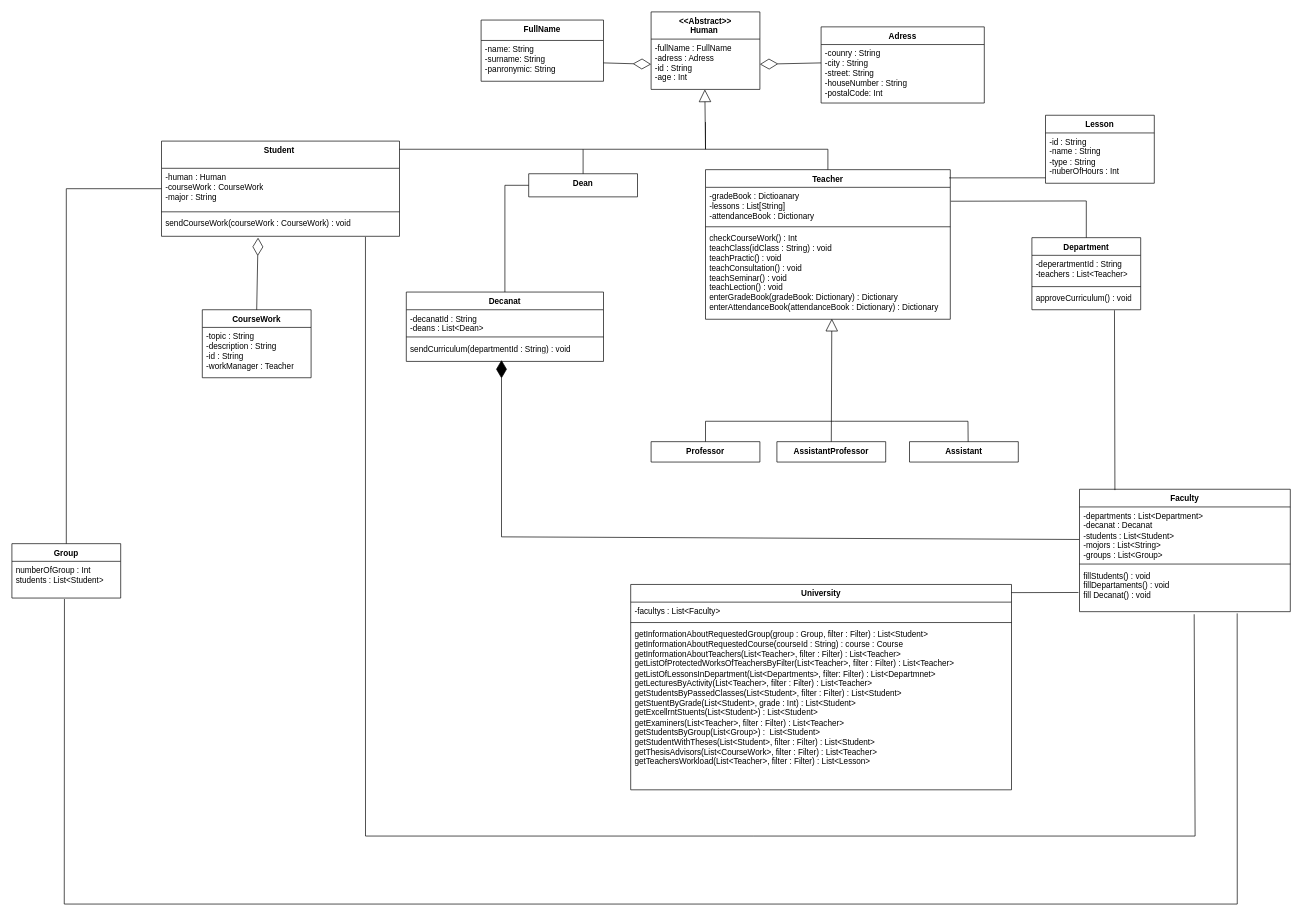
Before: class diagram.drawio in playerunknow/Diagrams, a draw.io diagram. Source tidied: cells renumbered, new cells numbered last; positions are measured from the earlier drawing's top-left corner, leaving out a move shared by most shapes. Both pictures are drawn from the tidied source at 68%, with x=0, y=0 at pixel (12, 12).
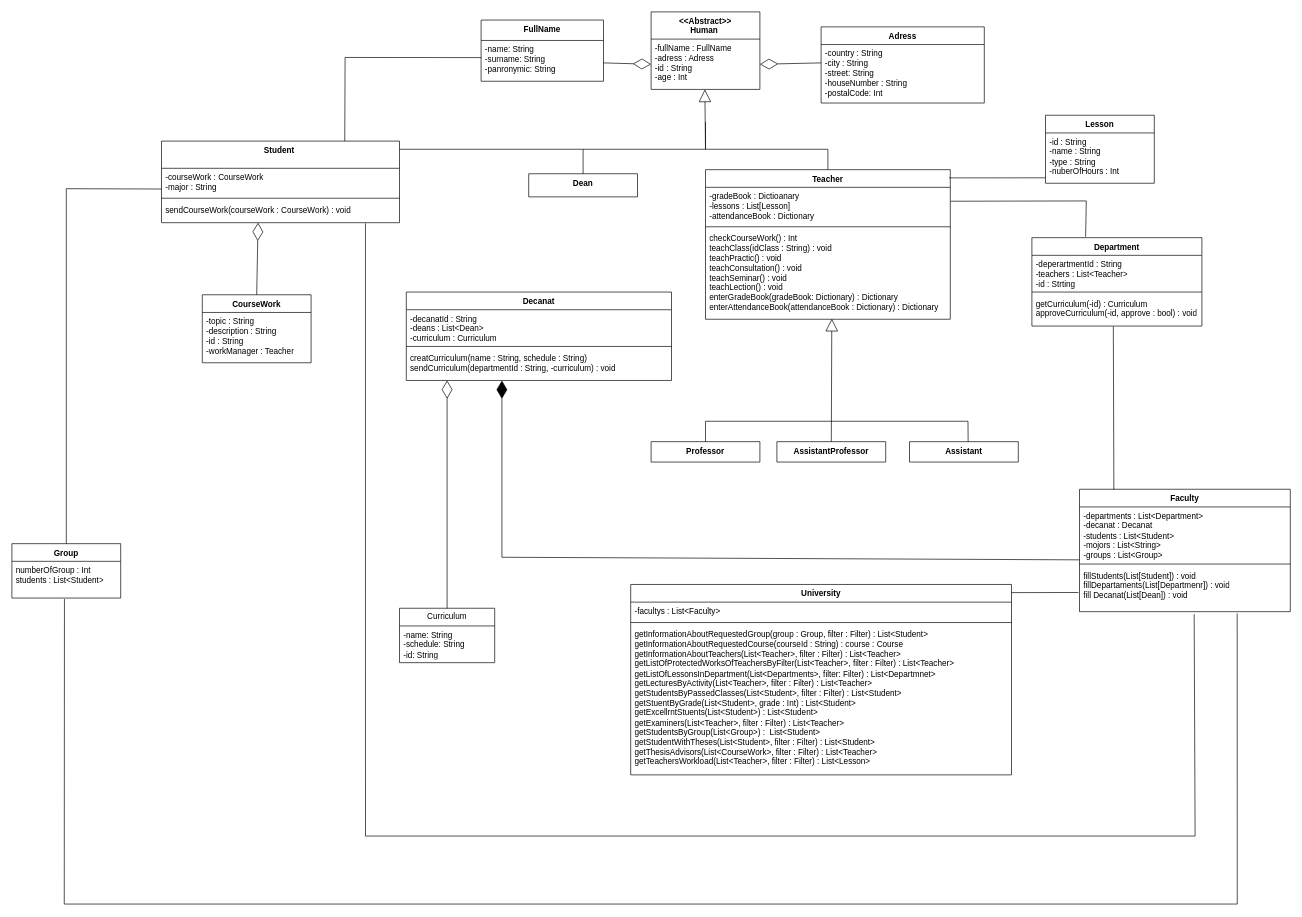
The same page after the edit.

Unchanged cells that the change refers to:
```xml
<mxCell id="6" value="-name: String&lt;br&gt;-surname: String&lt;br&gt;-panronymic: String" style="text;strokeColor=none;fillColor=none;align=left;verticalAlign=top;spacingLeft=4;spacingRight=4;overflow=hidden;points=[[0,0.5],[1,0.5]];portConstraint=eastwest;whiteSpace=wrap;html=1;" parent="5" vertex="1">
  <mxGeometry y="30" width="180" height="60" as="geometry" />
</mxCell>
<mxCell id="7" value="Adress" style="swimlane;fontStyle=1;align=center;verticalAlign=top;horizontal=1;startSize=26;whiteSpace=wrap;html=1;" parent="1" vertex="1">
  <mxGeometry x="1190" y="22" width="240" height="112" as="geometry" />
</mxCell>
<mxCell id="14" value="Teacher" style="swimlane;fontStyle=1;align=center;verticalAlign=top;horizontal=1;startSize=26;whiteSpace=wrap;html=1;" parent="1" vertex="1">
  <mxGeometry x="1020" y="232" width="360" height="220" as="geometry" />
</mxCell>
<mxCell id="31" value="Dean" style="swimlane;fontStyle=1;align=center;verticalAlign=top;horizontal=1;startSize=34;whiteSpace=wrap;html=1;" parent="1" vertex="1">
  <mxGeometry x="760" y="238" width="160" height="34" as="geometry" />
</mxCell>
<mxCell id="32" value="Faculty" style="swimlane;fontStyle=1;align=center;verticalAlign=top;horizontal=1;startSize=26;whiteSpace=wrap;html=1;" parent="1" vertex="1">
  <mxGeometry x="1570" y="702" width="310" height="180" as="geometry" />
</mxCell>
<mxCell id="33" value="-departments : List&amp;lt;Department&amp;gt;&lt;br&gt;-decanat : Decanat&lt;br&gt;-students : List&amp;lt;Student&amp;gt;&lt;br&gt;-mojors : List&amp;lt;String&amp;gt;&lt;br&gt;-groups : List&amp;lt;Group&amp;gt;&amp;nbsp;" style="text;strokeColor=none;fillColor=none;align=left;verticalAlign=top;spacingLeft=4;spacingRight=4;overflow=hidden;points=[[0,0.5],[1,0.5]];portConstraint=eastwest;whiteSpace=wrap;html=1;" parent="32" vertex="1">
  <mxGeometry y="26" width="310" height="80" as="geometry" />
</mxCell>
<mxCell id="54" value="Group" style="swimlane;fontStyle=1;align=center;verticalAlign=top;horizontal=1;startSize=26;whiteSpace=wrap;html=1;" parent="1" vertex="1">
  <mxGeometry y="782" width="160" height="80" as="geometry" />
</mxCell>
```

Change to the diagram source:
```diff
@@
-    <mxCell id="8" value="-counry : String&lt;br&gt;-city : String&lt;br&gt;-street: String&lt;br&gt;-houseNumber : String&lt;br&gt;-postalCode: Int" style="text;strokeColor=none;fillColor=none;align=left;verticalAlign=top;spacingLeft=4;spacingRight=4;overflow=hidden;whiteSpace=wrap;html=1;" parent="7" vertex="1">
+    <mxCell id="8" value="-country : String&lt;br&gt;-city : String&lt;br&gt;-street: String&lt;br&gt;-houseNumber : String&lt;br&gt;-postalCode: Int" style="text;strokeColor=none;fillColor=none;align=left;verticalAlign=top;spacingLeft=4;spacingRight=4;overflow=hidden;whiteSpace=wrap;html=1;" parent="7" vertex="1">
       <mxGeometry y="26" width="240" height="86" as="geometry" />
     </mxCell>
@@
     <mxCell id="10" value="Student&amp;nbsp;" style="swimlane;fontStyle=1;align=center;verticalAlign=top;horizontal=1;startSize=40;whiteSpace=wrap;html=1;" parent="1" vertex="1">
-      <mxGeometry x="220" y="190" width="350" height="140" as="geometry" />
+      <mxGeometry x="220" y="190" width="350" height="120" as="geometry" />
     </mxCell>
-    <mxCell id="11" value="-human : Human&lt;br&gt;-courseWork : CourseWork&lt;br&gt;-major : String&lt;br&gt;" style="text;strokeColor=none;fillColor=none;align=left;verticalAlign=top;spacingLeft=4;spacingRight=4;overflow=hidden;points=[[0,0.5],[1,0.5]];portConstraint=eastwest;whiteSpace=wrap;html=1;" parent="10" vertex="1">
-      <mxGeometry y="40" width="350" height="60" as="geometry" />
+    <mxCell id="11" value="-courseWork : CourseWork&lt;br&gt;-major : String" style="text;strokeColor=none;fillColor=none;align=left;verticalAlign=top;spacingLeft=4;spacingRight=4;overflow=hidden;points=[[0,0.5],[1,0.5]];portConstraint=eastwest;whiteSpace=wrap;html=1;" parent="10" vertex="1">
+      <mxGeometry y="40" width="350" height="40" as="geometry" />
     </mxCell>
     <mxCell id="12" style="line;strokeWidth=1;fillColor=none;align=left;verticalAlign=middle;spacingTop=-1;spacingLeft=3;spacingRight=3;labelPosition=right;strokeColor=inherit;" parent="10" vertex="1">
-      <mxGeometry y="100" width="350" height="8" as="geometry" />
+      <mxGeometry y="80" width="350" height="8" as="geometry" />
     </mxCell>
     <mxCell id="13" value="sendCourseWork(courseWork : CourseWork) : void" style="text;strokeColor=none;fillColor=none;align=left;verticalAlign=top;spacingLeft=4;spacingRight=4;overflow=hidden;points=[[0,0.5],[1,0.5]];portConstraint=eastwest;whiteSpace=wrap;html=1;" parent="10" vertex="1">
-      <mxGeometry y="108" width="350" height="32" as="geometry" />
+      <mxGeometry y="88" width="350" height="32" as="geometry" />
     </mxCell>
@@
-    <mxCell id="15" value="-gradeBook : Dictioanary&lt;br&gt;-lessons : List[String]&lt;br&gt;-attendanceBook : Dictionary" style="text;strokeColor=none;fillColor=none;align=left;verticalAlign=top;spacingLeft=4;spacingRight=4;overflow=hidden;points=[[0,0.5],[1,0.5]];portConstraint=eastwest;whiteSpace=wrap;html=1;" parent="14" vertex="1">
+    <mxCell id="15" value="-gradeBook : Dictioanary&lt;br&gt;-lessons : List[Lesson]&lt;br&gt;-attendanceBook : Dictionary" style="text;strokeColor=none;fillColor=none;align=left;verticalAlign=top;spacingLeft=4;spacingRight=4;overflow=hidden;points=[[0,0.5],[1,0.5]];portConstraint=eastwest;whiteSpace=wrap;html=1;" parent="14" vertex="1">
       <mxGeometry y="26" width="360" height="54" as="geometry" />
     </mxCell>
@@
     <mxCell id="21" value="CourseWork" style="swimlane;fontStyle=1;align=center;verticalAlign=top;horizontal=1;startSize=26;whiteSpace=wrap;html=1;" parent="1" vertex="1">
-      <mxGeometry x="280" y="438" width="160" height="100" as="geometry" />
+      <mxGeometry x="280" y="416" width="160" height="100" as="geometry" />
     </mxCell>
@@
     <mxCell id="23" value="Decanat" style="swimlane;fontStyle=1;align=center;verticalAlign=top;horizontal=1;startSize=26;whiteSpace=wrap;html=1;" parent="1" vertex="1">
-      <mxGeometry x="580" y="412" width="290" height="102" as="geometry" />
+      <mxGeometry x="580" y="412" width="390" height="130" as="geometry" />
     </mxCell>
-    <mxCell id="24" value="-decanatId : String&lt;br&gt;-deans : List&amp;lt;Dean&amp;gt;" style="text;strokeColor=none;fillColor=none;align=left;verticalAlign=top;spacingLeft=4;spacingRight=4;overflow=hidden;whiteSpace=wrap;html=1;" parent="23" vertex="1">
-      <mxGeometry y="26" width="290" height="36" as="geometry" />
+    <mxCell id="24" value="-decanatId : String&lt;br&gt;-deans : List&amp;lt;Dean&amp;gt;&lt;br&gt;-curriculum :&amp;nbsp;Curriculum" style="text;strokeColor=none;fillColor=none;align=left;verticalAlign=top;spacingLeft=4;spacingRight=4;overflow=hidden;whiteSpace=wrap;html=1;" parent="23" vertex="1">
+      <mxGeometry y="26" width="390" height="50" as="geometry" />
     </mxCell>
     <mxCell id="25" style="line;strokeWidth=1;fillColor=none;align=left;verticalAlign=middle;spacingTop=-1;spacingLeft=3;spacingRight=3;labelPosition=right;strokeColor=inherit;" parent="23" vertex="1">
-      <mxGeometry y="62" width="290" height="8" as="geometry" />
+      <mxGeometry y="76" width="390" height="8" as="geometry" />
     </mxCell>
-    <mxCell id="26" value="sendCurriculum(departmentId : String) : void" style="text;strokeColor=none;fillColor=none;align=left;verticalAlign=top;spacingLeft=4;spacingRight=4;overflow=hidden;whiteSpace=wrap;html=1;" parent="23" vertex="1">
-      <mxGeometry y="70" width="290" height="32" as="geometry" />
+    <mxCell id="26" value="creatCurriculum(name : String, schedule : String)&lt;br&gt;sendCurriculum(departmentId : String, -curriculum) : void" style="text;strokeColor=none;fillColor=none;align=left;verticalAlign=top;spacingLeft=4;spacingRight=4;overflow=hidden;whiteSpace=wrap;html=1;" parent="23" vertex="1">
+      <mxGeometry y="84" width="390" height="46" as="geometry" />
     </mxCell>
     <mxCell id="27" value="Department" style="swimlane;fontStyle=1;align=center;verticalAlign=top;horizontal=1;startSize=26;whiteSpace=wrap;html=1;" parent="1" vertex="1">
-      <mxGeometry x="1500" y="332" width="160" height="106" as="geometry" />
+      <mxGeometry x="1500" y="332" width="250" height="130" as="geometry" />
     </mxCell>
-    <mxCell id="28" value="-deperartmentId : String&lt;br&gt;-teachers : List&amp;lt;Teacher&amp;gt;" style="text;strokeColor=none;fillColor=none;align=left;verticalAlign=top;spacingLeft=4;spacingRight=4;overflow=hidden;whiteSpace=wrap;html=1;" parent="27" vertex="1">
-      <mxGeometry y="26" width="160" height="42" as="geometry" />
+    <mxCell id="28" value="-deperartmentId : String&lt;br&gt;-teachers : List&amp;lt;Teacher&amp;gt;&lt;br&gt;-id : Strting" style="text;strokeColor=none;fillColor=none;align=left;verticalAlign=top;spacingLeft=4;spacingRight=4;overflow=hidden;whiteSpace=wrap;html=1;" parent="27" vertex="1">
+      <mxGeometry y="26" width="250" height="50" as="geometry" />
     </mxCell>
     <mxCell id="29" style="line;strokeWidth=1;fillColor=none;align=left;verticalAlign=middle;spacingTop=-1;spacingLeft=3;spacingRight=3;labelPosition=right;strokeColor=inherit;" parent="27" vertex="1">
-      <mxGeometry y="68" width="160" height="8" as="geometry" />
+      <mxGeometry y="76" width="250" height="8" as="geometry" />
     </mxCell>
-    <mxCell id="30" value="approveCurriculum() : void" style="text;strokeColor=none;fillColor=none;align=left;verticalAlign=top;spacingLeft=4;spacingRight=4;overflow=hidden;points=[[0,0.5],[1,0.5]];portConstraint=eastwest;whiteSpace=wrap;html=1;" parent="27" vertex="1">
-      <mxGeometry y="76" width="160" height="30" as="geometry" />
+    <mxCell id="30" value="getCurriculum(-id) : Curriculum&lt;br&gt;approveCurriculum(-id, approve : bool) : void" style="text;strokeColor=none;fillColor=none;align=left;verticalAlign=top;spacingLeft=4;spacingRight=4;overflow=hidden;points=[[0,0.5],[1,0.5]];portConstraint=eastwest;whiteSpace=wrap;html=1;" parent="27" vertex="1">
+      <mxGeometry y="84" width="250" height="46" as="geometry" />
     </mxCell>
@@
-    <mxCell id="35" value="fillStudents() : void&lt;br&gt;fillDepartaments() : void&lt;br&gt;fill Decanat() : void" style="text;strokeColor=none;fillColor=none;align=left;verticalAlign=top;spacingLeft=4;spacingRight=4;overflow=hidden;points=[[0,0.5],[1,0.5]];portConstraint=eastwest;whiteSpace=wrap;html=1;" parent="32" vertex="1">
+    <mxCell id="35" value="fillStudents(List[Student]) : void&lt;br&gt;fillDepartaments(List[Departmenr]) : void&lt;br&gt;fill Decanat(List[Dean]) : void" style="text;strokeColor=none;fillColor=none;align=left;verticalAlign=top;spacingLeft=4;spacingRight=4;overflow=hidden;points=[[0,0.5],[1,0.5]];portConstraint=eastwest;whiteSpace=wrap;html=1;" parent="32" vertex="1">
       <mxGeometry y="114" width="310" height="66" as="geometry" />
     </mxCell>
     <mxCell id="36" value="University" style="swimlane;fontStyle=1;align=center;verticalAlign=top;horizontal=1;startSize=26;whiteSpace=wrap;html=1;" parent="1" vertex="1">
-      <mxGeometry x="910" y="842" width="560" height="302" as="geometry" />
+      <mxGeometry x="910" y="842" width="560" height="280" as="geometry" />
     </mxCell>
@@
     <mxCell id="39" value="getInformationAboutRequestedGroup(group : Group, filter : Filter) : List&amp;lt;Student&amp;gt;&lt;br&gt;getInformationAboutRequestedCourse(courseId : String) : course : Course&lt;br&gt;getInformationAboutTeachers(List&amp;lt;Teacher&amp;gt;, filter : Filter) : List&amp;lt;Teacher&amp;gt;&lt;br&gt;getListOfProtectedWorksOfTeachersByFilter(List&amp;lt;Teacher&amp;gt;, filter : Filter) : List&amp;lt;Teacher&amp;gt;&lt;br&gt;getListOfLessonsInDepartment(List&amp;lt;Departments&amp;gt;, filter: Filter) : List&amp;lt;Departmnet&amp;gt;&lt;br&gt;getLecturesByActivity(List&amp;lt;Teacher&amp;gt;, filter : Filter) : List&amp;lt;Teacher&amp;gt;&lt;br&gt;getStudentsByPassedClasses(List&amp;lt;Student&amp;gt;, filter : Filter) : List&amp;lt;Student&amp;gt;&lt;br&gt;getStuentByGrade(List&amp;lt;Student&amp;gt;, grade : Int) : List&amp;lt;Student&amp;gt;&lt;br&gt;getExcellrntStuents(List&amp;lt;Student&amp;gt;) : List&amp;lt;Student&amp;gt;&lt;br&gt;getExaminers(List&amp;lt;Teacher&amp;gt;, filter : Filter) : List&amp;lt;Teacher&amp;gt;&lt;br&gt;getStudentsByGroup(List&amp;lt;Group&amp;gt;) :&amp;nbsp; List&amp;lt;Student&amp;gt;&lt;br&gt;getStudentWithTheses(List&amp;lt;Student&amp;gt;, filter : Filter) : List&amp;lt;Student&amp;gt;&lt;br&gt;getThesisAdvisors(List&amp;lt;CourseWork&amp;gt;, filter : Filter) : List&amp;lt;Teacher&amp;gt;&lt;br&gt;getTeachersWorkload(List&amp;lt;Teacher&amp;gt;, filter : Filter) : List&amp;lt;Lesson&amp;gt;" style="text;strokeColor=none;fillColor=none;align=left;verticalAlign=top;spacingLeft=4;spacingRight=4;overflow=hidden;whiteSpace=wrap;html=1;" parent="36" vertex="1">
-      <mxGeometry y="60" width="560" height="242" as="geometry" />
+      <mxGeometry y="60" width="560" height="220" as="geometry" />
     </mxCell>
@@
-    <mxCell id="47" style="endArrow=none;html=1;rounded=0;exitX=0.5;exitY=0;exitDx=0;exitDy=0;entryX=0;entryY=0.5;entryDx=0;entryDy=0;" parent="1" edge="1" source="23" target="31">
-      <mxGeometry relative="1" as="geometry">
-        <Array as="points">
-          <mxPoint x="725" y="255" />
-        </Array>
-      </mxGeometry>
-    </mxCell>
@@
     <mxCell id="49" style="endArrow=diamondThin;endFill=0;endSize=24;html=1;rounded=0;exitX=0.5;exitY=0;exitDx=0;exitDy=0;" parent="1" edge="1" source="21">
       <mxGeometry relative="1" as="geometry">
-        <mxPoint x="362" y="332" as="targetPoint" />
+        <mxPoint x="362" y="310" as="targetPoint" />
       </mxGeometry>
     </mxCell>
-    <mxCell id="50" style="endArrow=none;html=1;rounded=0;exitX=0.5;exitY=0;exitDx=0;exitDy=0;entryX=1.002;entryY=0.378;entryDx=0;entryDy=0;entryPerimeter=0;" parent="1" edge="1" source="27" target="15">
+    <mxCell id="50" style="endArrow=none;html=1;rounded=0;exitX=0.316;exitY=-0.01;exitDx=0;exitDy=0;entryX=1.002;entryY=0.378;entryDx=0;entryDy=0;entryPerimeter=0;exitPerimeter=0;" parent="1" edge="1" source="27" target="15">
       <mxGeometry relative="1" as="geometry">
         <Array as="points">
           <mxPoint x="1580" y="278" />
         </Array>
       </mxGeometry>
     </mxCell>
@@
-    <mxCell id="52" style="endArrow=diamondThin;endFill=1;endSize=24;html=1;rounded=0;exitX=-0.002;exitY=0.598;exitDx=0;exitDy=0;exitPerimeter=0;" parent="1" edge="1" source="33">
+    <mxCell id="52" style="endArrow=diamondThin;endFill=1;endSize=24;html=1;rounded=0;exitX=-0.002;exitY=0.598;exitDx=0;exitDy=0;exitPerimeter=0;" parent="1" edge="1">
       <mxGeometry relative="1" as="geometry">
-        <mxPoint x="720" y="512" as="targetPoint" />
+        <mxPoint x="1570" y="805.8" as="sourcePoint" />
+        <mxPoint x="720.6" y="542" as="targetPoint" />
         <Array as="points">
-          <mxPoint x="720" y="772" />
+          <mxPoint x="720.6" y="802" />
         </Array>
       </mxGeometry>
     </mxCell>
-    <mxCell id="53" style="endArrow=none;html=1;rounded=0;entryX=0.759;entryY=1.026;entryDx=0;entryDy=0;entryPerimeter=0;exitX=0.168;exitY=0.007;exitDx=0;exitDy=0;exitPerimeter=0;" parent="1" edge="1" source="32" target="30">
+    <mxCell id="53" style="endArrow=none;html=1;rounded=0;exitX=0.163;exitY=0.003;exitDx=0;exitDy=0;exitPerimeter=0;entryX=0.479;entryY=1.013;entryDx=0;entryDy=0;entryPerimeter=0;" parent="1" edge="1" source="32" target="30">
       <mxGeometry relative="1" as="geometry" />
     </mxCell>
@@
-    <mxCell id="56" style="endArrow=none;html=1;rounded=0;exitX=0.5;exitY=0;exitDx=0;exitDy=0;entryX=0;entryY=0.5;entryDx=0;entryDy=0;" parent="1" edge="1" source="54" target="11">
+    <mxCell id="56" style="endArrow=none;html=1;rounded=0;exitX=0.5;exitY=0;exitDx=0;exitDy=0;entryX=0.001;entryY=0.762;entryDx=0;entryDy=0;entryPerimeter=0;" parent="1" edge="1" source="54" target="11">
       <mxGeometry relative="1" as="geometry">
         <Array as="points">
           <mxPoint x="80" y="260" />
         </Array>
       </mxGeometry>
     </mxCell>
@@
+    <mxCell id="62" value="Curriculum" style="swimlane;fontStyle=0;horizontal=1;startSize=26;fillColor=none;whiteSpace=wrap;html=1;" parent="1" vertex="1">
+      <mxGeometry x="570" y="877" width="140" height="80" as="geometry" />
+    </mxCell>
+    <mxCell id="63" value="-name: String&lt;br&gt;-schedule: String&lt;br&gt;-id: String" style="text;strokeColor=none;fillColor=none;align=left;verticalAlign=top;spacingLeft=4;spacingRight=4;overflow=hidden;whiteSpace=wrap;html=1;" parent="62" vertex="1">
+      <mxGeometry y="26" width="140" height="54" as="geometry" />
+    </mxCell>
+    <mxCell id="64" style="endArrow=none;html=1;rounded=0;entryX=0;entryY=0.42;entryDx=0;entryDy=0;entryPerimeter=0;exitX=0.77;exitY=0;exitDx=0;exitDy=0;exitPerimeter=0;" parent="1" edge="1" source="10" target="6">
+      <mxGeometry relative="1" as="geometry">
+        <Array as="points">
+          <mxPoint x="490" y="67" />
+        </Array>
+      </mxGeometry>
+    </mxCell>
+    <mxCell id="65" style="endArrow=diamondThin;endFill=0;endSize=24;html=1;rounded=0;exitX=0.5;exitY=0;exitDx=0;exitDy=0;" parent="1" edge="1" source="62">
+      <mxGeometry relative="1" as="geometry">
+        <mxPoint x="640" y="542" as="targetPoint" />
+      </mxGeometry>
+    </mxCell>
```
